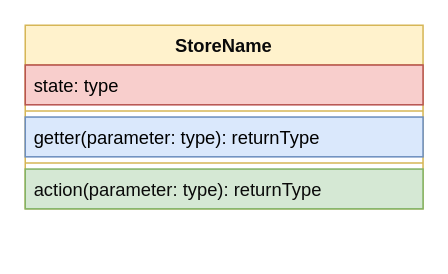
This is page "Store Template" (5 of 7) of diagram.drawio from BLumbye/project-game, a draw.io file, before an edit. Source tidied: cells renumbered, new cells numbered last; positions are measured from the earlier drawing's top-left corner, leaving out a move shared by most shapes. Both pictures are drawn from the tidied source at 153%, with x=0, y=0 at pixel (24, 24).
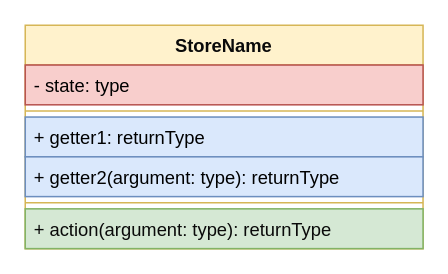
The same diagram, later.

What changed in the source:
```diff
@@
 <mxGraphModel>
   <root>
     <mxCell id="0" />
     <mxCell id="1" parent="0" />
     <mxCell id="2" value="StoreName" style="swimlane;fontStyle=1;align=center;verticalAlign=top;horizontal=1;startSize=26;fillColor=#fff2cc;strokeColor=#d6b656;fontColor=#0A0A0A;" parent="1" vertex="1">
-      <mxGeometry width="260" height="120" as="geometry" />
+      <mxGeometry width="260" height="146" as="geometry" />
     </mxCell>
-    <mxCell id="3" value="state: type" style="text;strokeColor=#b85450;fillColor=#f8cecc;align=left;verticalAlign=top;spacingLeft=4;spacingRight=4;overflow=hidden;fontColor=#000000;" parent="2" vertex="1">
+    <mxCell id="3" value="- state: type" style="text;strokeColor=#b85450;fillColor=#f8cecc;align=left;verticalAlign=top;spacingLeft=4;spacingRight=4;overflow=hidden;fontColor=#000000;" parent="2" vertex="1">
       <mxGeometry y="26" width="260" height="26" as="geometry" />
     </mxCell>
     <mxCell id="4" style="line;strokeWidth=1;fillColor=none;align=left;verticalAlign=middle;spacingTop=-1;spacingLeft=3;spacingRight=3;labelPosition=right;strokeColor=inherit;" parent="2" vertex="1">
       <mxGeometry y="52" width="260" height="8" as="geometry" />
     </mxCell>
+    <mxCell id="8" value="+ getter1: returnType" style="text;strokeColor=#6c8ebf;fillColor=#dae8fc;align=left;verticalAlign=top;spacingLeft=4;spacingRight=4;overflow=hidden;fontColor=#000000;" parent="2" vertex="1">
+      <mxGeometry y="60" width="260" height="26" as="geometry" />
+    </mxCell>
-    <mxCell id="5" value="getter(parameter: type): returnType" style="text;strokeColor=#6c8ebf;fillColor=#dae8fc;align=left;verticalAlign=top;spacingLeft=4;spacingRight=4;overflow=hidden;fontColor=#000000;" parent="2" vertex="1">
-      <mxGeometry y="60" width="260" height="26" as="geometry" />
+    <mxCell id="5" value="+ getter2(argument: type): returnType" style="text;strokeColor=#6c8ebf;fillColor=#dae8fc;align=left;verticalAlign=top;spacingLeft=4;spacingRight=4;overflow=hidden;fontColor=#000000;" parent="2" vertex="1">
+      <mxGeometry y="86" width="260" height="26" as="geometry" />
     </mxCell>
     <mxCell id="6" style="line;strokeWidth=1;fillColor=none;align=left;verticalAlign=middle;spacingTop=-1;spacingLeft=3;spacingRight=3;labelPosition=right;strokeColor=inherit;" parent="2" vertex="1">
-      <mxGeometry y="86" width="260" height="8" as="geometry" />
+      <mxGeometry y="112" width="260" height="8" as="geometry" />
     </mxCell>
-    <mxCell id="7" value="action(parameter: type): returnType" style="text;strokeColor=#82b366;fillColor=#d5e8d4;align=left;verticalAlign=top;spacingLeft=4;spacingRight=4;overflow=hidden;fontColor=#0A0A0A;" parent="2" vertex="1">
-      <mxGeometry y="94" width="260" height="26" as="geometry" />
+    <mxCell id="7" value="+ action(argument: type): returnType" style="text;strokeColor=#82b366;fillColor=#d5e8d4;align=left;verticalAlign=top;spacingLeft=4;spacingRight=4;overflow=hidden;fontColor=#0A0A0A;" parent="2" vertex="1">
+      <mxGeometry y="120" width="260" height="26" as="geometry" />
     </mxCell>
   </root>
 </mxGraphModel>
```
